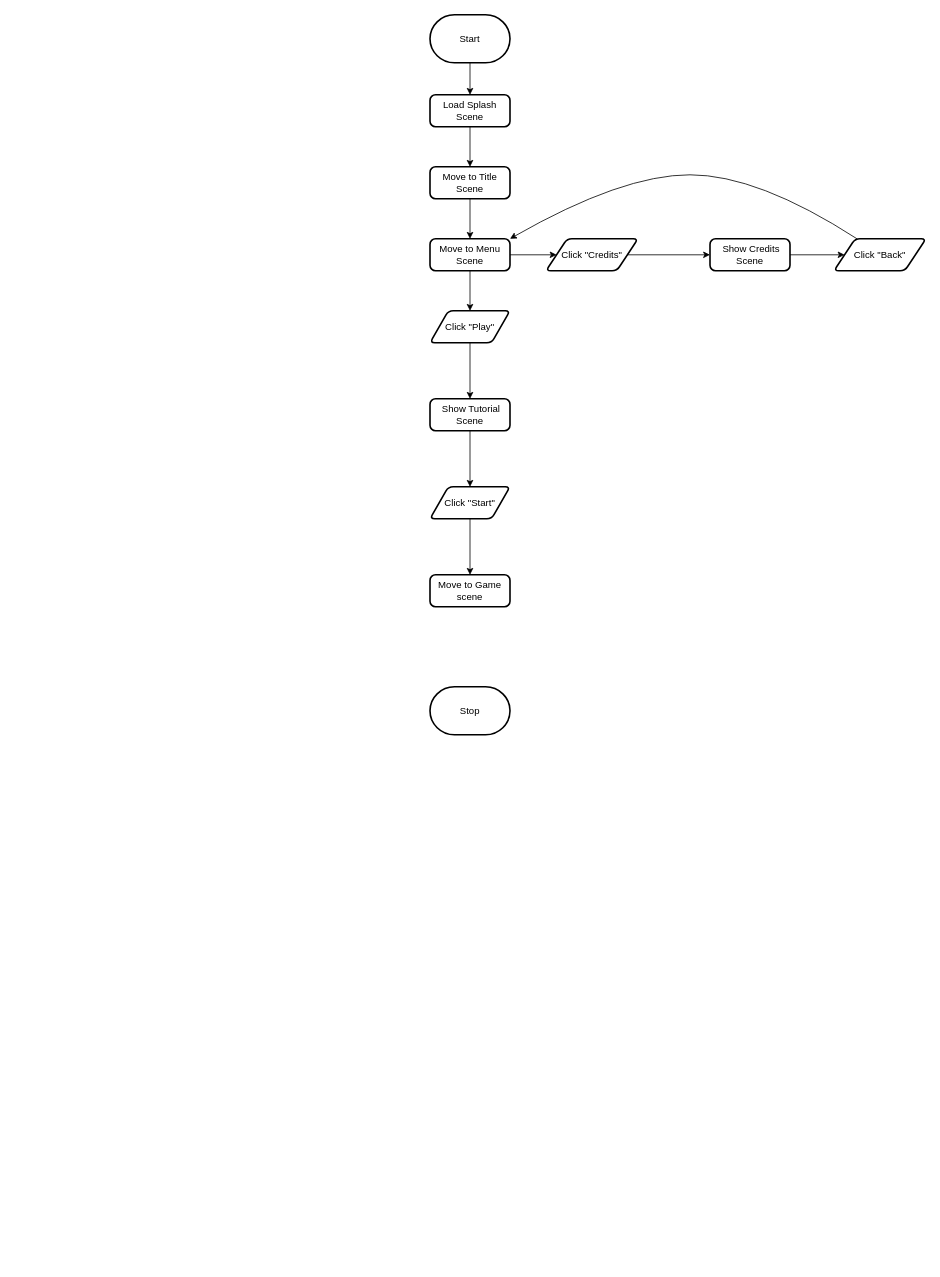
This is design/flowchart.drawio from MTHS-ICS2O-2022/ICS2O-Final-Project-Sam-Mikey, a draw.io file, before an edit. Source tidied: cells renumbered, new cells numbered last; positions are measured from the earlier drawing's top-left corner, leaving out a move shared by most shapes. Both pictures are drawn from the tidied source at 80%, with x=0, y=0 at pixel (430, 14).
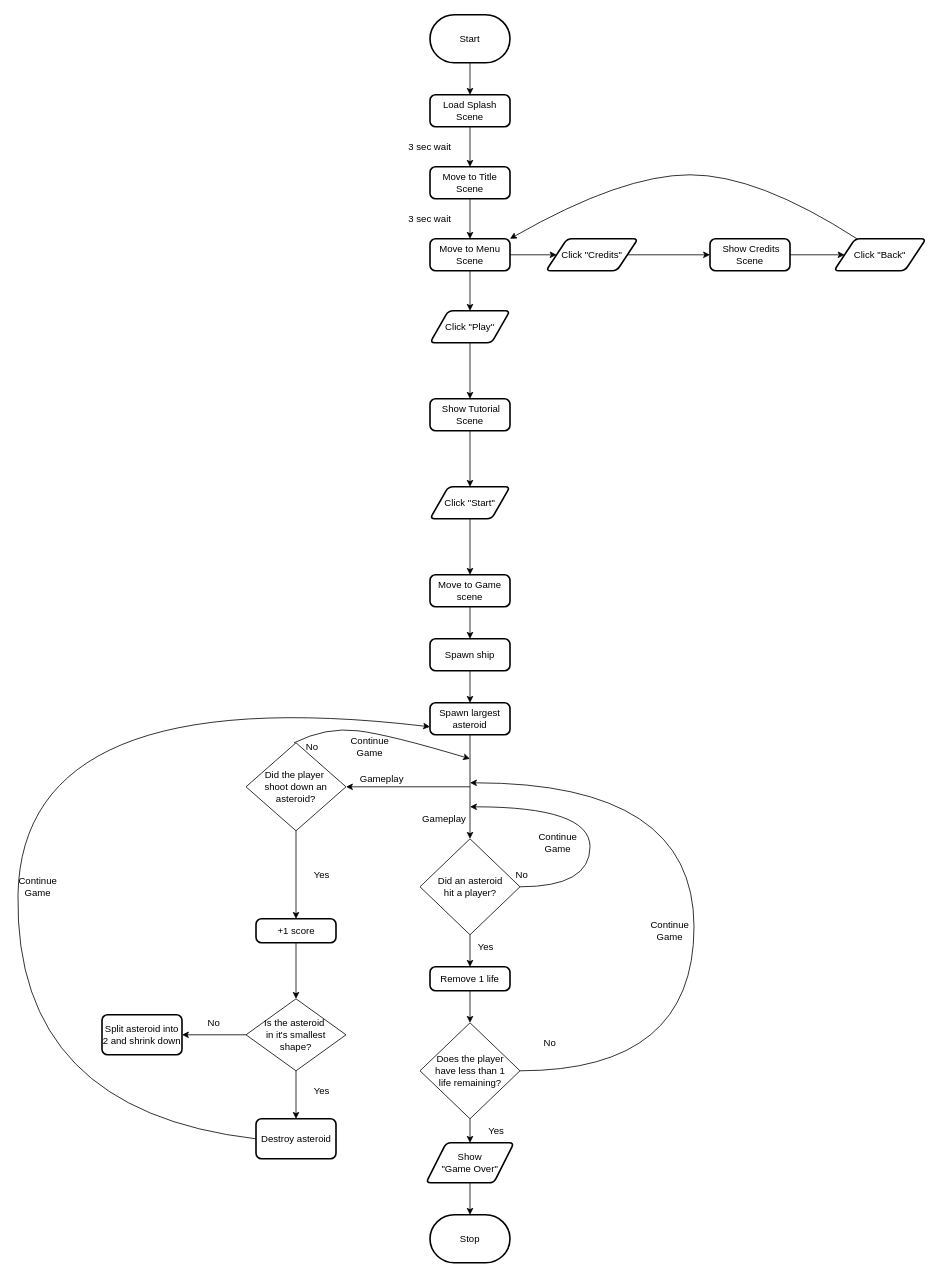
The same diagram, later.

The change refers to these unchanged cells:
```xml
<mxCell id="24" value="Move to Game scene" style="rounded=1;whiteSpace=wrap;html=1;absoluteArcSize=1;arcSize=14;strokeWidth=2;" parent="1" vertex="1">
  <mxGeometry y="700" width="100" height="40" as="geometry" />
</mxCell>
```

The edit, as a diff of the source:
```diff
@@
     <mxCell id="4" value="Stop" style="strokeWidth=2;html=1;shape=mxgraph.flowchart.terminator;whiteSpace=wrap;" parent="1" vertex="1">
-      <mxGeometry y="840" width="100" height="60" as="geometry" />
+      <mxGeometry y="1500" width="100" height="60" as="geometry" />
     </mxCell>
@@
+    <mxCell id="25" style="edgeStyle=none;html=1;entryX=0.5;entryY=0;entryDx=0;entryDy=0;" parent="1" edge="1" source="24" target="55">
+      <mxGeometry relative="1" as="geometry" />
+    </mxCell>
@@
+    <mxCell id="26" style="edgeStyle=none;html=1;entryX=0.5;entryY=0;entryDx=0;entryDy=0;entryPerimeter=0;" parent="1" edge="1" source="27" target="4">
+      <mxGeometry relative="1" as="geometry" />
+    </mxCell>
+    <mxCell id="27" value="Show &lt;br&gt;&quot;Game Over&quot;" style="shape=parallelogram;html=1;strokeWidth=2;perimeter=parallelogramPerimeter;whiteSpace=wrap;rounded=1;arcSize=12;size=0.23;" parent="1" vertex="1">
+      <mxGeometry x="-5" y="1410" width="110" height="50" as="geometry" />
+    </mxCell>
+    <mxCell id="28" style="edgeStyle=none;html=1;entryX=0.5;entryY=0;entryDx=0;entryDy=0;" parent="1" edge="1" source="30" target="42">
+      <mxGeometry relative="1" as="geometry" />
+    </mxCell>
+    <mxCell id="29" style="edgeStyle=none;html=1;entryX=1;entryY=0.5;entryDx=0;entryDy=0;" parent="1" edge="1" target="40">
+      <mxGeometry relative="1" as="geometry">
+        <mxPoint x="50" y="965" as="sourcePoint" />
+      </mxGeometry>
+    </mxCell>
+    <mxCell id="30" value="Did an asteroid &lt;br&gt;hit a&amp;nbsp;player?" style="rhombus;whiteSpace=wrap;html=1;" parent="1" vertex="1">
+      <mxGeometry x="-12.5" y="1030" width="125" height="120" as="geometry" />
+    </mxCell>
+    <mxCell id="31" style="edgeStyle=none;html=1;entryX=0.5;entryY=0;entryDx=0;entryDy=0;" parent="1" edge="1" source="32" target="27">
+      <mxGeometry relative="1" as="geometry" />
+    </mxCell>
+    <mxCell id="32" value="Does the player &lt;br&gt;have less than 1&lt;br&gt;life remaining?" style="rhombus;whiteSpace=wrap;html=1;" parent="1" vertex="1">
+      <mxGeometry x="-12.5" y="1260" width="125" height="120" as="geometry" />
+    </mxCell>
+    <mxCell id="33" style="curved=1;endArrow=classic;html=1;exitX=1;exitY=0.5;exitDx=0;exitDy=0;" parent="1" edge="1" source="30">
+      <mxGeometry relative="1" as="geometry">
+        <mxPoint x="50" y="990" as="targetPoint" />
+        <Array as="points">
+          <mxPoint x="200" y="1090" />
+          <mxPoint x="200" y="990" />
+        </Array>
+      </mxGeometry>
+    </mxCell>
+    <mxCell id="34" value="Gameplay" style="text;html=1;strokeColor=none;fillColor=none;align=center;verticalAlign=middle;whiteSpace=wrap;rounded=0;" parent="1" vertex="1">
+      <mxGeometry x="-12.5" y="990" width="60" height="30" as="geometry" />
+    </mxCell>
+    <mxCell id="35" value="No" style="text;html=1;strokeColor=none;fillColor=none;align=center;verticalAlign=middle;whiteSpace=wrap;rounded=0;" parent="1" vertex="1">
+      <mxGeometry x="85" y="1060" width="60" height="30" as="geometry" />
+    </mxCell>
+    <mxCell id="36" value="Yes" style="text;html=1;strokeColor=none;fillColor=none;align=center;verticalAlign=middle;whiteSpace=wrap;rounded=0;" parent="1" vertex="1">
+      <mxGeometry x="40" y="1150" width="60" height="30" as="geometry" />
+    </mxCell>
+    <mxCell id="37" value="Yes" style="text;html=1;strokeColor=none;fillColor=none;align=center;verticalAlign=middle;whiteSpace=wrap;rounded=0;" parent="1" vertex="1">
+      <mxGeometry x="52.5" y="1380" width="60" height="30" as="geometry" />
+    </mxCell>
+    <mxCell id="38" style="curved=1;endArrow=classic;html=1;exitX=1;exitY=0.5;exitDx=0;exitDy=0;" parent="1" edge="1" source="32">
+      <mxGeometry relative="1" as="geometry">
+        <mxPoint x="50" y="960" as="targetPoint" />
+        <Array as="points">
+          <mxPoint x="330" y="1320" />
+          <mxPoint x="330" y="960" />
+        </Array>
+      </mxGeometry>
+    </mxCell>
+    <mxCell id="39" value="No" style="text;html=1;strokeColor=none;fillColor=none;align=center;verticalAlign=middle;whiteSpace=wrap;rounded=0;" parent="1" vertex="1">
+      <mxGeometry x="120" y="1270" width="60" height="30" as="geometry" />
+    </mxCell>
+    <mxCell id="40" value="Did the player&amp;nbsp;&lt;br&gt;shoot down an asteroid?" style="rhombus;whiteSpace=wrap;html=1;" parent="1" vertex="1">
+      <mxGeometry x="-230" y="910" width="125" height="110" as="geometry" />
+    </mxCell>
+    <mxCell id="41" style="edgeStyle=none;html=1;" parent="1" edge="1" source="42" target="32">
+      <mxGeometry relative="1" as="geometry" />
+    </mxCell>
+    <mxCell id="42" value="Remove 1 life" style="rounded=1;whiteSpace=wrap;html=1;absoluteArcSize=1;arcSize=14;strokeWidth=2;" parent="1" vertex="1">
+      <mxGeometry y="1190" width="100" height="30" as="geometry" />
+    </mxCell>
+    <mxCell id="43" style="edgeStyle=none;html=1;exitX=0.5;exitY=1;exitDx=0;exitDy=0;" parent="1" edge="1" source="40" target="45">
+      <mxGeometry relative="1" as="geometry" />
+    </mxCell>
+    <mxCell id="44" style="edgeStyle=none;html=1;" parent="1" edge="1" source="45" target="48">
+      <mxGeometry relative="1" as="geometry" />
+    </mxCell>
+    <mxCell id="45" value="+1 score" style="rounded=1;whiteSpace=wrap;html=1;absoluteArcSize=1;arcSize=14;strokeWidth=2;" parent="1" vertex="1">
+      <mxGeometry x="-217.5" y="1130" width="100" height="30" as="geometry" />
+    </mxCell>
+    <mxCell id="46" style="edgeStyle=none;html=1;entryX=1;entryY=0.5;entryDx=0;entryDy=0;" parent="1" edge="1" source="48" target="49">
+      <mxGeometry relative="1" as="geometry" />
+    </mxCell>
+    <mxCell id="47" style="edgeStyle=none;html=1;entryX=0.5;entryY=0;entryDx=0;entryDy=0;" parent="1" edge="1" source="48" target="58">
+      <mxGeometry relative="1" as="geometry" />
+    </mxCell>
+    <mxCell id="48" value="Is the asteroid&amp;nbsp;&lt;br&gt;in it's smallest &lt;br&gt;shape?" style="rhombus;whiteSpace=wrap;html=1;" parent="1" vertex="1">
+      <mxGeometry x="-230" y="1230" width="125" height="90" as="geometry" />
+    </mxCell>
+    <mxCell id="49" value="Split asteroid into 2 and shrink down" style="rounded=1;whiteSpace=wrap;html=1;absoluteArcSize=1;arcSize=14;strokeWidth=2;" parent="1" vertex="1">
+      <mxGeometry x="-410" y="1250" width="100" height="50" as="geometry" />
+    </mxCell>
+    <mxCell id="50" value="Yes" style="text;html=1;strokeColor=none;fillColor=none;align=center;verticalAlign=middle;whiteSpace=wrap;rounded=0;" parent="1" vertex="1">
+      <mxGeometry x="-165" y="1060" width="60" height="30" as="geometry" />
+    </mxCell>
+    <mxCell id="51" value="Yes" style="text;html=1;strokeColor=none;fillColor=none;align=center;verticalAlign=middle;whiteSpace=wrap;rounded=0;" parent="1" vertex="1">
+      <mxGeometry x="-165" y="1330" width="60" height="30" as="geometry" />
+    </mxCell>
+    <mxCell id="52" value="No" style="text;html=1;strokeColor=none;fillColor=none;align=center;verticalAlign=middle;whiteSpace=wrap;rounded=0;" parent="1" vertex="1">
+      <mxGeometry x="-300" y="1245" width="60" height="30" as="geometry" />
+    </mxCell>
+    <mxCell id="53" value="Gameplay" style="text;html=1;strokeColor=none;fillColor=none;align=center;verticalAlign=middle;whiteSpace=wrap;rounded=0;" parent="1" vertex="1">
+      <mxGeometry x="-90" y="940" width="60" height="30" as="geometry" />
+    </mxCell>
+    <mxCell id="54" style="edgeStyle=none;html=1;" parent="1" edge="1" source="55" target="57">
+      <mxGeometry relative="1" as="geometry" />
+    </mxCell>
+    <mxCell id="55" value="Spawn ship" style="rounded=1;whiteSpace=wrap;html=1;absoluteArcSize=1;arcSize=14;strokeWidth=2;" parent="1" vertex="1">
+      <mxGeometry y="780" width="100" height="40" as="geometry" />
+    </mxCell>
+    <mxCell id="56" style="edgeStyle=none;html=1;" parent="1" edge="1" source="57" target="30">
+      <mxGeometry relative="1" as="geometry" />
+    </mxCell>
+    <mxCell id="57" value="Spawn largest asteroid" style="rounded=1;whiteSpace=wrap;html=1;absoluteArcSize=1;arcSize=14;strokeWidth=2;" parent="1" vertex="1">
+      <mxGeometry y="860" width="100" height="40" as="geometry" />
+    </mxCell>
+    <mxCell id="58" value="Destroy asteroid" style="rounded=1;whiteSpace=wrap;html=1;absoluteArcSize=1;arcSize=14;strokeWidth=2;" parent="1" vertex="1">
+      <mxGeometry x="-217.5" y="1380" width="100" height="50" as="geometry" />
+    </mxCell>
+    <mxCell id="59" style="curved=1;endArrow=classic;html=1;exitX=0.48;exitY=0;exitDx=0;exitDy=0;exitPerimeter=0;" parent="1" edge="1" source="40">
+      <mxGeometry relative="1" as="geometry">
+        <mxPoint x="50" y="930" as="targetPoint" />
+        <Array as="points">
+          <mxPoint x="-130" y="890" />
+          <mxPoint x="-50" y="900" />
+        </Array>
+      </mxGeometry>
+    </mxCell>
+    <mxCell id="60" value="No" style="text;html=1;strokeColor=none;fillColor=none;align=center;verticalAlign=middle;whiteSpace=wrap;rounded=0;" parent="1" vertex="1">
+      <mxGeometry x="-177.5" y="900" width="60" height="30" as="geometry" />
+    </mxCell>
+    <mxCell id="61" style="curved=1;endArrow=classic;html=1;exitX=0;exitY=0.5;exitDx=0;exitDy=0;entryX=0;entryY=0.75;entryDx=0;entryDy=0;" parent="1" edge="1" source="58" target="57">
+      <mxGeometry relative="1" as="geometry">
+        <Array as="points">
+          <mxPoint x="-520" y="1370" />
+          <mxPoint x="-510" y="830" />
+        </Array>
+      </mxGeometry>
+    </mxCell>
+    <mxCell id="62" value="3 sec wait" style="text;html=1;strokeColor=none;fillColor=none;align=center;verticalAlign=middle;whiteSpace=wrap;rounded=0;" parent="1" vertex="1">
+      <mxGeometry x="-30" y="150" width="60" height="30" as="geometry" />
+    </mxCell>
+    <mxCell id="63" value="3 sec wait" style="text;html=1;strokeColor=none;fillColor=none;align=center;verticalAlign=middle;whiteSpace=wrap;rounded=0;" parent="1" vertex="1">
+      <mxGeometry x="-30" y="240" width="60" height="30" as="geometry" />
+    </mxCell>
+    <mxCell id="64" value="Continue Game" style="text;html=1;strokeColor=none;fillColor=none;align=center;verticalAlign=middle;whiteSpace=wrap;rounded=0;" parent="1" vertex="1">
+      <mxGeometry x="270" y="1130" width="60" height="30" as="geometry" />
+    </mxCell>
+    <mxCell id="65" value="Continue Game" style="text;html=1;strokeColor=none;fillColor=none;align=center;verticalAlign=middle;whiteSpace=wrap;rounded=0;" parent="1" vertex="1">
+      <mxGeometry x="130" y="1020" width="60" height="30" as="geometry" />
+    </mxCell>
+    <mxCell id="66" value="Continue Game" style="text;html=1;strokeColor=none;fillColor=none;align=center;verticalAlign=middle;whiteSpace=wrap;rounded=0;" parent="1" vertex="1">
+      <mxGeometry x="-105" y="900" width="60" height="30" as="geometry" />
+    </mxCell>
+    <mxCell id="67" value="Continue Game" style="text;html=1;strokeColor=none;fillColor=none;align=center;verticalAlign=middle;whiteSpace=wrap;rounded=0;" parent="1" vertex="1">
+      <mxGeometry x="-520" y="1075" width="60" height="30" as="geometry" />
+    </mxCell>
```
